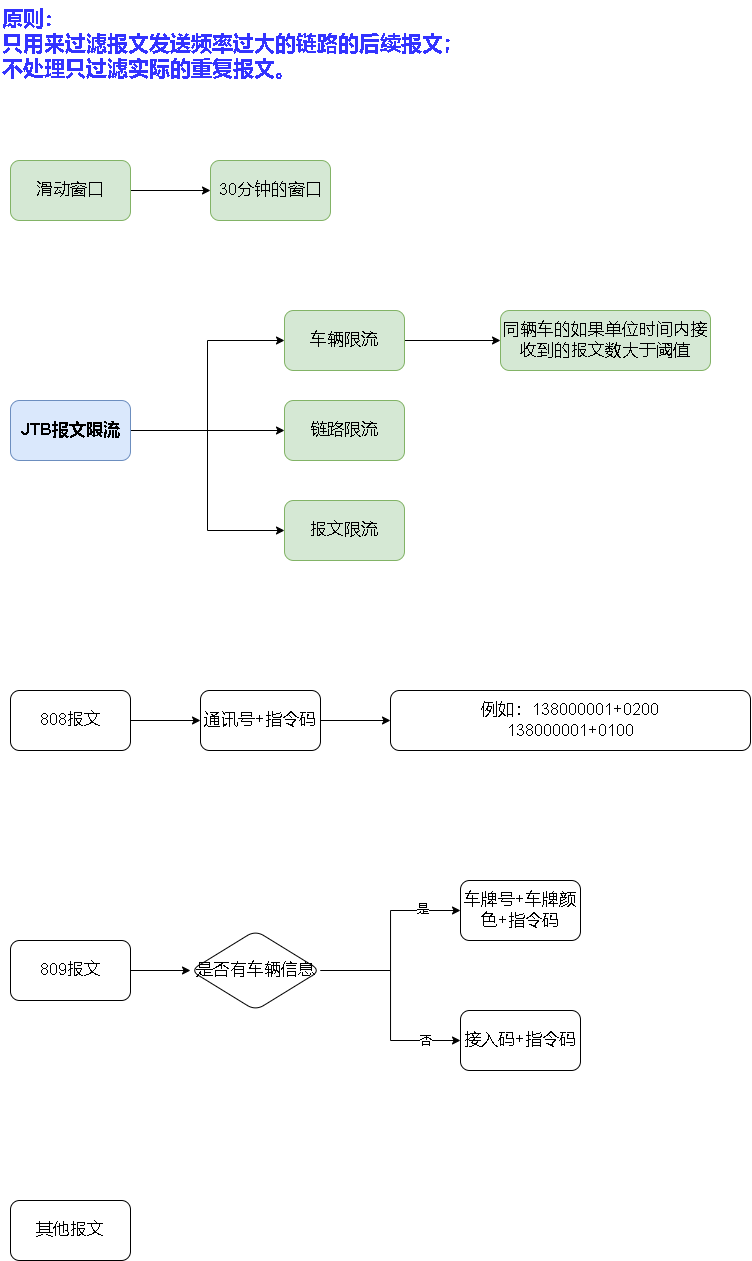
Before: jtb报文限流.drawio.png, a diagram exported from draw.io (xktder/draw). Source tidied: cells renumbered, new cells last; positions are measured from the earlier drawing's top-left corner, leaving out a move shared by most shapes.
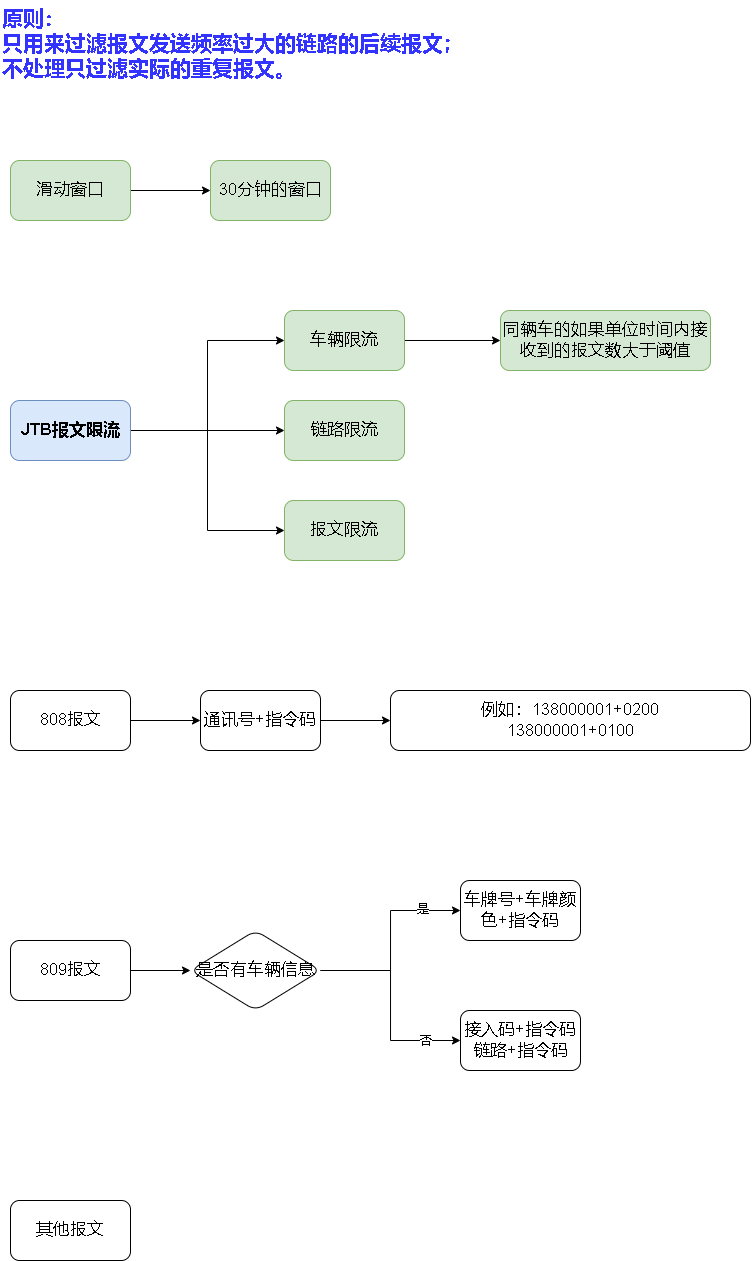
The same diagram one commit later.

Commit message:
更新jtb报文限流.drawio.png

Diff of the diagram source:
```diff
@@ -84,7 +84,7 @@
     <mxCell id="27" value="&lt;font style=&quot;font-size: 21px;&quot;&gt;&lt;b&gt;原则：&lt;br&gt;只用来过滤报文发送频率过大的链路的后续报文；&lt;br&gt;不处理只过滤实际的重复报文。&lt;/b&gt;&lt;/font&gt;" style="text;html=1;strokeColor=none;fillColor=none;align=left;verticalAlign=top;whiteSpace=wrap;rounded=0;fontColor=#3333FF;" parent="1" vertex="1">
       <mxGeometry width="640" height="80" as="geometry" />
     </mxCell>
-    <mxCell id="28" value="接入码+指令码" style="whiteSpace=wrap;html=1;fontSize=17;rounded=1;" parent="1" vertex="1">
+    <mxCell id="28" value="接入码+指令码&lt;br&gt;链路+指令码" style="whiteSpace=wrap;html=1;fontSize=17;rounded=1;" parent="1" vertex="1">
       <mxGeometry x="460" y="1010" width="120" height="60" as="geometry" />
     </mxCell>
     <mxCell id="29" value="车牌号+车牌颜色+指令码" style="whiteSpace=wrap;html=1;fontSize=17;rounded=1;" parent="1" vertex="1">
```
